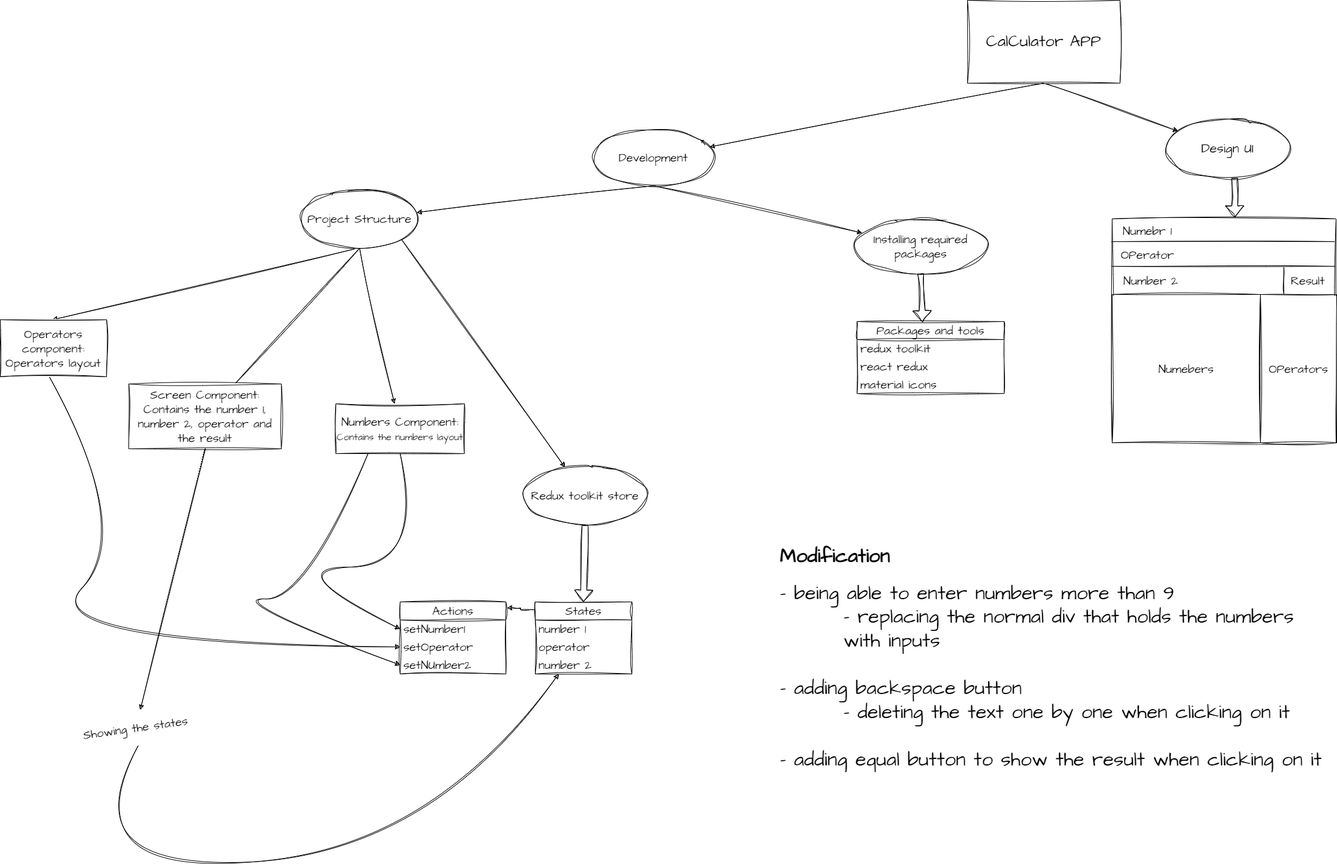
AbdulrahmanIsmael/Calculator keeps this draw.io diagram as Project Plan.png. Above is the earlier version. Source tidied: cells renumbered, new cells last; positions are measured from the earlier drawing's top-left corner, leaving out a move shared by most shapes.
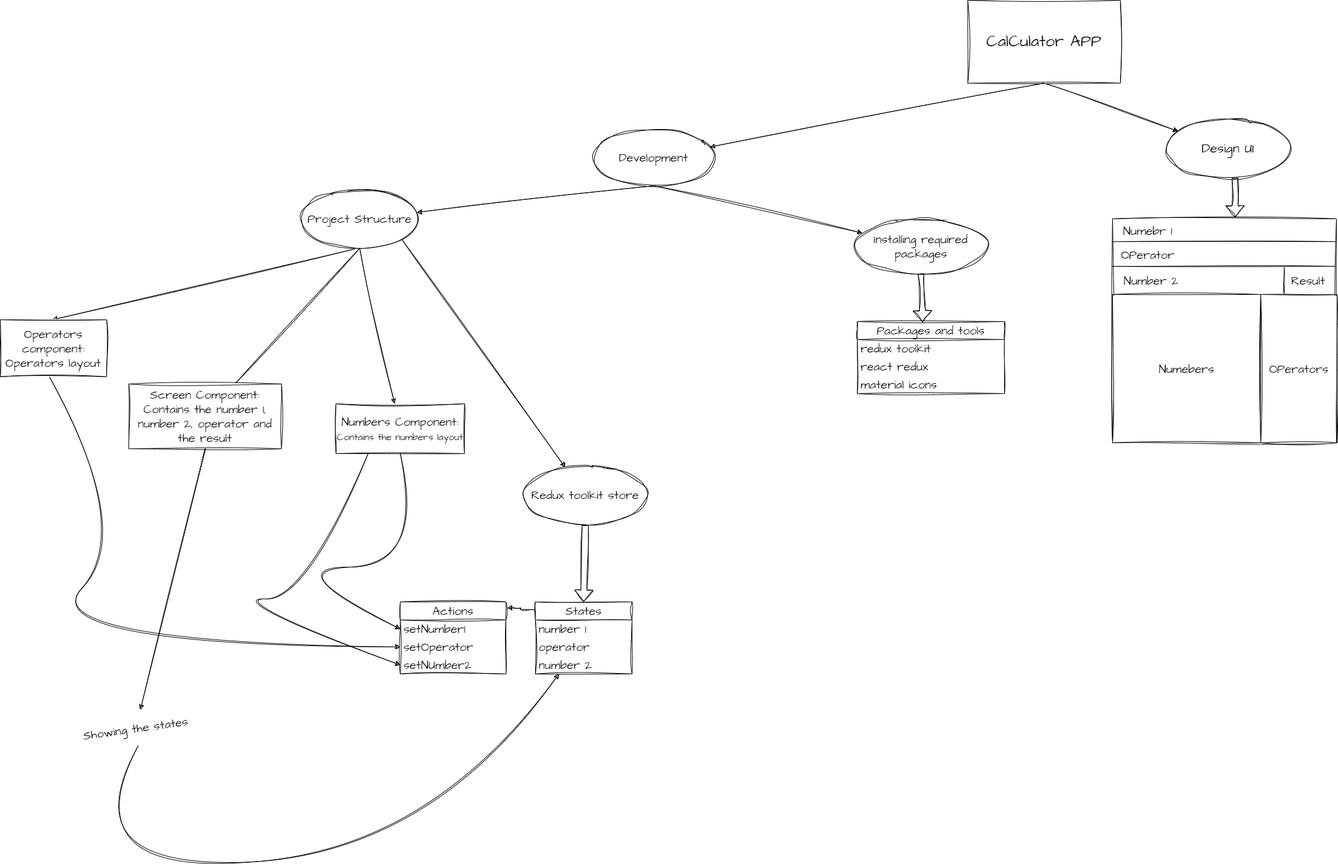
After the change.

Change to the diagram source:
```diff
@@ -178,8 +178,5 @@
     <mxCell id="51" value="Showing the states" style="text;html=1;strokeColor=none;fillColor=none;align=center;verticalAlign=middle;whiteSpace=wrap;rounded=0;fontSize=20;fontFamily=Architects Daughter;rotation=-8;labelBackgroundColor=none;sketch=1;curveFitting=1;jiggle=2;" parent="1" vertex="1">
       <mxGeometry x="121" y="1183" width="209" height="59" as="geometry" />
     </mxCell>
-    <mxCell id="52" value="&lt;h1 style=&quot;font-size: 33px;&quot;&gt;&lt;font style=&quot;font-size: 33px;&quot;&gt;Modification&lt;/font&gt;&lt;/h1&gt;&lt;div style=&quot;font-size: 33px;&quot;&gt;&lt;font style=&quot;font-size: 33px;&quot;&gt;- being able to enter numbers more than 9&lt;/font&gt;&lt;/div&gt;&lt;div style=&quot;font-size: 33px;&quot;&gt;&lt;font style=&quot;font-size: 33px;&quot;&gt;&lt;span style=&quot;white-space: pre;&quot;&gt;&#9;&lt;/span&gt;- replacing the normal div that holds the numbers &lt;span style=&quot;white-space: pre;&quot;&gt;&#9;&lt;/span&gt;with inputs&lt;br&gt;&lt;/font&gt;&lt;/div&gt;&lt;div style=&quot;font-size: 33px;&quot;&gt;&lt;font style=&quot;font-size: 33px;&quot;&gt;&lt;br&gt;&lt;/font&gt;&lt;/div&gt;&lt;div style=&quot;font-size: 33px;&quot;&gt;&lt;font style=&quot;font-size: 33px;&quot;&gt;- adding backspace button&lt;/font&gt;&lt;/div&gt;&lt;div style=&quot;font-size: 33px;&quot;&gt;&lt;font style=&quot;font-size: 33px;&quot;&gt;&lt;span style=&quot;white-space: pre;&quot;&gt;&#9;&lt;/span&gt;- deleting the text one by one when clicking on it&lt;br&gt;&lt;/font&gt;&lt;/div&gt;&lt;div style=&quot;font-size: 33px;&quot;&gt;&lt;font style=&quot;font-size: 33px;&quot;&gt;&lt;br&gt;&lt;/font&gt;&lt;/div&gt;&lt;div style=&quot;font-size: 33px;&quot;&gt;&lt;font style=&quot;font-size: 33px;&quot;&gt;- adding equal button to show the result when clicking on it&lt;/font&gt;&lt;/div&gt;" style="text;html=1;strokeColor=none;fillColor=none;spacing=5;spacingTop=-20;whiteSpace=wrap;overflow=hidden;rounded=0;fontSize=20;fontFamily=Architects Daughter;" parent="1" vertex="1">
-      <mxGeometry x="1294" y="895" width="932" height="406" as="geometry" />
-    </mxCell>
   </root>
 </mxGraphModel>
```
